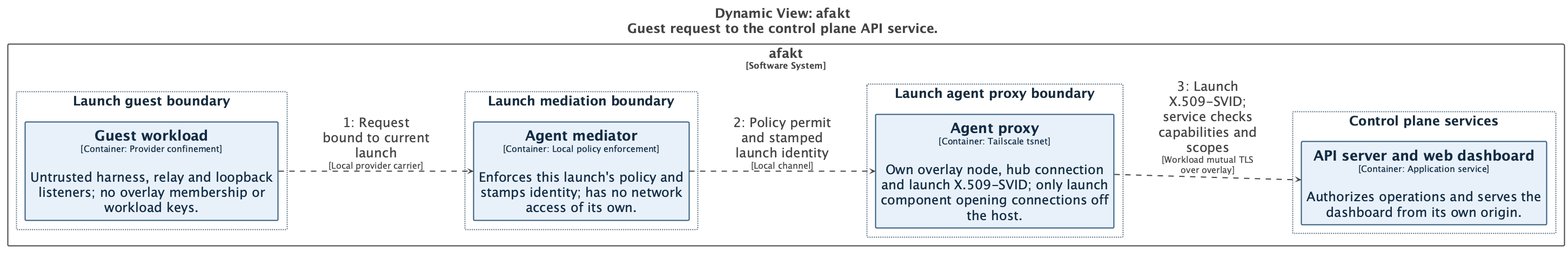
This is docs/diagrams/structurizr-network-flow-control.png from tbhb-dev/afakt, a PlantUML export, as it was before one commit. Its source is kept beside it as docs/diagrams/structurizr-network-flow-control.puml. Source of this version:
```plantuml
@startuml
title <size:24>Dynamic View: afakt</size>\n<size:24>Guest request to the control plane API service.</size>

set separator none
left to right direction
skinparam ranksep 20
skinparam nodesep 5
hide stereotype

skinparam {
  nodesep 80
  ranksep 160
}

<style>
  root {
    BackgroundColor: #ffffff;
    FontColor: #444444;
  }
  // Element,Topology
  .Element-RWxlbWVudCxUb3BvbG9neQ== {
    BackgroundColor: #e8f1fa;
    LineColor: #315b7d;
    LineStyle: 0;
    LineThickness: 2;
    FontColor: #122b44;
    FontSize: 24;
    HorizontalAlignment: center;
    Shadowing: 0;
    MaximumWidth: 450;
  }
  // Relationship
  .Relationship-UmVsYXRpb25zaGlw {
    LineThickness: 2;
    LineStyle: 10-10;
    LineColor: #444444;
    FontColor: #444444;
    FontSize: 24;
    MaximumWidth: 200;
  }
  // afakt
  .Boundary-YWZha3Q= {
    BackgroundColor: #ffffff;
    LineColor: #444444;
    LineStyle: 0;
    LineThickness: 2;
    FontColor: #444444;
    FontSize: 24;
    HorizontalAlignment: center;
    Shadowing: 0;
  }
  // Control plane services
  .Group-Q29udHJvbCBwbGFuZSBzZXJ2aWNlcw== {
    BackgroundColor: #ffffff;
    LineColor: #536b7e;
    LineStyle: 2-2;
    LineThickness: 2;
    FontColor: #182c3e;
    FontSize: 24;
    HorizontalAlignment: center;
    Shadowing: 0;
  }
  // Launch agent proxy boundary
  .Group-TGF1bmNoIGFnZW50IHByb3h5IGJvdW5kYXJ5 {
    BackgroundColor: #ffffff;
    LineColor: #536b7e;
    LineStyle: 2-2;
    LineThickness: 2;
    FontColor: #182c3e;
    FontSize: 24;
    HorizontalAlignment: center;
    Shadowing: 0;
  }
  // Launch guest boundary
  .Group-TGF1bmNoIGd1ZXN0IGJvdW5kYXJ5 {
    BackgroundColor: #ffffff;
    LineColor: #536b7e;
    LineStyle: 2-2;
    LineThickness: 2;
    FontColor: #182c3e;
    FontSize: 24;
    HorizontalAlignment: center;
    Shadowing: 0;
  }
  // Launch mediation boundary
  .Group-TGF1bmNoIG1lZGlhdGlvbiBib3VuZGFyeQ== {
    BackgroundColor: #ffffff;
    LineColor: #536b7e;
    LineStyle: 2-2;
    LineThickness: 2;
    FontColor: #182c3e;
    FontSize: 24;
    HorizontalAlignment: center;
    Shadowing: 0;
  }
</style>

rectangle "afakt\n<size:16>[Software System]</size>" <<Boundary-YWZha3Q=>> {
  rectangle "Control plane services" <<Group-Q29udHJvbCBwbGFuZSBzZXJ2aWNlcw==>> as group6 {
    rectangle "==API server and web dashboard\n<size:16>[Container: Application service]</size>\n\nAuthorizes operations and serves the dashboard from its own origin." <<Element-RWxlbWVudCxUb3BvbG9neQ==>> as afakt.APIserverandwebdashboard
  }

  rectangle "Launch agent proxy boundary" <<Group-TGF1bmNoIGFnZW50IHByb3h5IGJvdW5kYXJ5>> as group7 {
    rectangle "==Agent proxy\n<size:16>[Container: Tailscale tsnet]</size>\n\nOwn overlay node, hub connection and launch X.509-SVID; only launch component opening connections off the host." <<Element-RWxlbWVudCxUb3BvbG9neQ==>> as afakt.Agentproxy
  }

  rectangle "Launch guest boundary" <<Group-TGF1bmNoIGd1ZXN0IGJvdW5kYXJ5>> as group8 {
    rectangle "==Guest workload\n<size:16>[Container: Provider confinement]</size>\n\nUntrusted harness, relay and loopback listeners; no overlay membership or workload keys." <<Element-RWxlbWVudCxUb3BvbG9neQ==>> as afakt.Guestworkload
  }

  rectangle "Launch mediation boundary" <<Group-TGF1bmNoIG1lZGlhdGlvbiBib3VuZGFyeQ==>> as group9 {
    rectangle "==Agent mediator\n<size:16>[Container: Local policy enforcement]</size>\n\nEnforces this launch's policy and stamps identity; has no network access of its own." <<Element-RWxlbWVudCxUb3BvbG9neQ==>> as afakt.Agentmediator
  }

}

afakt.Guestworkload --> afakt.Agentmediator <<Relationship-UmVsYXRpb25zaGlw>> : "1: Request bound to current launch\n<size:16>[Local provider carrier]</size>"
afakt.Agentmediator --> afakt.Agentproxy <<Relationship-UmVsYXRpb25zaGlw>> : "2: Policy permit and stamped launch identity\n<size:16>[Local channel]</size>"
afakt.Agentproxy --> afakt.APIserverandwebdashboard <<Relationship-UmVsYXRpb25zaGlw>> : "3: Launch X.509-SVID; service checks capabilities and scopes\n<size:16>[Workload mutual TLS over overlay]</size>"

@enduml
```
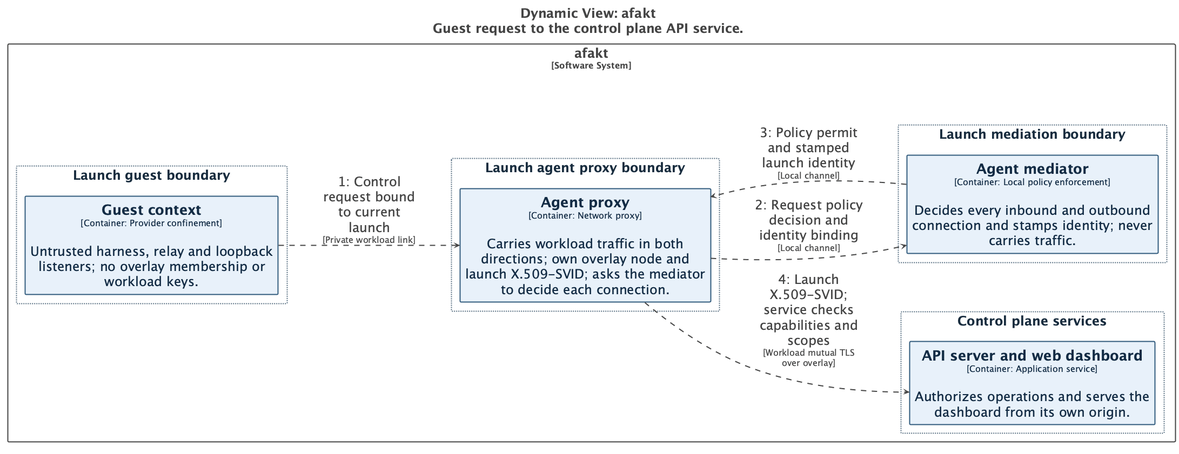
The same diagram one commit later.

The edit, as a diff of the source:
```diff
@@ -101,21 +101,22 @@
   }
 
   rectangle "Launch agent proxy boundary" <<Group-TGF1bmNoIGFnZW50IHByb3h5IGJvdW5kYXJ5>> as group7 {
-    rectangle "==Agent proxy\n<size:16>[Container: Tailscale tsnet]</size>\n\nOwn overlay node, hub connection and launch X.509-SVID; only launch component opening connections off the host." <<Element-RWxlbWVudCxUb3BvbG9neQ==>> as afakt.Agentproxy
+    rectangle "==Agent proxy\n<size:16>[Container: Network proxy]</size>\n\nCarries workload traffic in both directions; own overlay node and launch X.509-SVID; asks the mediator to decide each connection." <<Element-RWxlbWVudCxUb3BvbG9neQ==>> as afakt.Agentproxy
   }
 
   rectangle "Launch guest boundary" <<Group-TGF1bmNoIGd1ZXN0IGJvdW5kYXJ5>> as group8 {
-    rectangle "==Guest workload\n<size:16>[Container: Provider confinement]</size>\n\nUntrusted harness, relay and loopback listeners; no overlay membership or workload keys." <<Element-RWxlbWVudCxUb3BvbG9neQ==>> as afakt.Guestworkload
+    rectangle "==Guest context\n<size:16>[Container: Provider confinement]</size>\n\nUntrusted harness, relay and loopback listeners; no overlay membership or workload keys." <<Element-RWxlbWVudCxUb3BvbG9neQ==>> as afakt.Guestcontext
   }
 
   rectangle "Launch mediation boundary" <<Group-TGF1bmNoIG1lZGlhdGlvbiBib3VuZGFyeQ==>> as group9 {
-    rectangle "==Agent mediator\n<size:16>[Container: Local policy enforcement]</size>\n\nEnforces this launch's policy and stamps identity; has no network access of its own." <<Element-RWxlbWVudCxUb3BvbG9neQ==>> as afakt.Agentmediator
+    rectangle "==Agent mediator\n<size:16>[Container: Local policy enforcement]</size>\n\nDecides every inbound and outbound connection and stamps identity; never carries traffic." <<Element-RWxlbWVudCxUb3BvbG9neQ==>> as afakt.Agentmediator
   }
 
 }
 
-afakt.Guestworkload --> afakt.Agentmediator <<Relationship-UmVsYXRpb25zaGlw>> : "1: Request bound to current launch\n<size:16>[Local provider carrier]</size>"
-afakt.Agentmediator --> afakt.Agentproxy <<Relationship-UmVsYXRpb25zaGlw>> : "2: Policy permit and stamped launch identity\n<size:16>[Local channel]</size>"
-afakt.Agentproxy --> afakt.APIserverandwebdashboard <<Relationship-UmVsYXRpb25zaGlw>> : "3: Launch X.509-SVID; service checks capabilities and scopes\n<size:16>[Workload mutual TLS over overlay]</size>"
+afakt.Guestcontext --> afakt.Agentproxy <<Relationship-UmVsYXRpb25zaGlw>> : "1: Control request bound to current launch\n<size:16>[Private workload link]</size>"
+afakt.Agentproxy --> afakt.Agentmediator <<Relationship-UmVsYXRpb25zaGlw>> : "2: Request policy decision and identity binding\n<size:16>[Local channel]</size>"
+afakt.Agentmediator --> afakt.Agentproxy <<Relationship-UmVsYXRpb25zaGlw>> : "3: Policy permit and stamped launch identity\n<size:16>[Local channel]</size>"
+afakt.Agentproxy --> afakt.APIserverandwebdashboard <<Relationship-UmVsYXRpb25zaGlw>> : "4: Launch X.509-SVID; service checks capabilities and scopes\n<size:16>[Workload mutual TLS over overlay]</size>"
 
 @enduml
```
